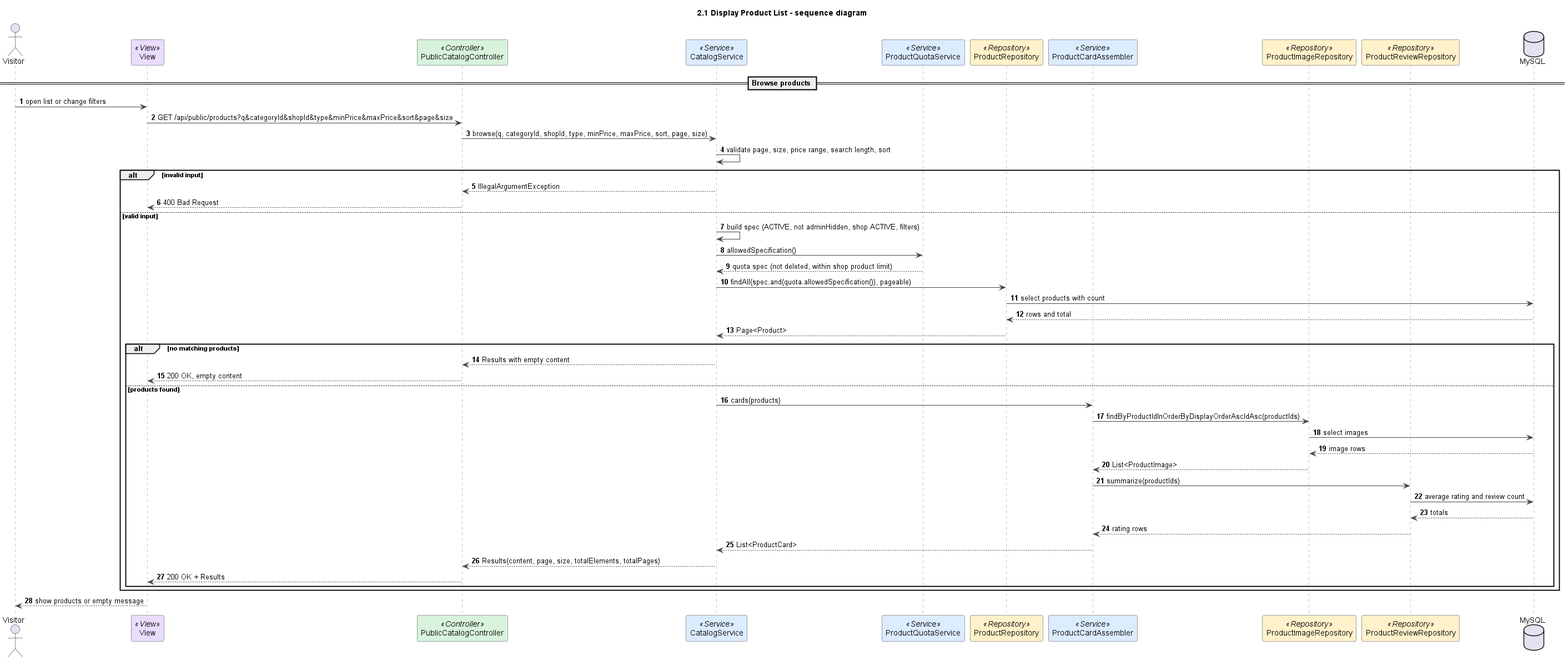
Before: docs/sds/2.1-product-list-sequence.png, a diagram exported from PlantUML (duckpao/FlowerShop_SWP391). Source of this version:
```plantuml
@startuml
title 2.1 Display Product List - sequence diagram
autonumber
skinparam shadowing false
skinparam defaultFontName Arial
skinparam wrapWidth 240
skinparam ArrowColor #444444
skinparam sequenceMessageAlign left
skinparam sequence {
  LifeLineBorderColor #888888
  ParticipantBorderColor #444444
  ParticipantBackgroundColor #FFFFFF
}

actor Visitor as U
participant "View" as V <<View>> #EADCFF
participant PublicCatalogController as C <<Controller>> #D8F3DC
participant CatalogService as S <<Service>> #DCECFF
participant ProductQuotaService as Q <<Service>> #DCECFF
participant ProductRepository as R <<Repository>> #FFF1C9
participant ProductCardAssembler as A <<Service>> #DCECFF
participant ProductImageRepository as IR <<Repository>> #FFF1C9
participant ProductReviewRepository as RR <<Repository>> #FFF1C9
database MySQL

== Browse products ==
U -> V : open list or change filters
V -> C : GET /api/public/products?q&categoryId&shopId&type&minPrice&maxPrice&sort&page&size
C -> S : browse(q, categoryId, shopId, type, minPrice, maxPrice, sort, page, size)
S -> S : validate page, size, price range, search length, sort
alt invalid input
  S --> C : IllegalArgumentException
  C --> V : 400 Bad Request
else valid input
  S -> S : build spec (ACTIVE, not adminHidden, shop ACTIVE, filters)
  S -> Q : allowedSpecification()
  Q --> S : quota spec (not deleted, within shop product limit)
  S -> R : findAll(spec.and(quota.allowedSpecification()), pageable)
  R -> MySQL : select products with count
  MySQL --> R : rows and total
  R --> S : Page<Product>
  alt no matching products
    S --> C : Results with empty content
    C --> V : 200 OK, empty content
  else products found
    S -> A : cards(products)
    A -> IR : findByProductIdInOrderByDisplayOrderAscIdAsc(productIds)
    IR -> MySQL : select images
    MySQL --> IR : image rows
    IR --> A : List<ProductImage>
    A -> RR : summarize(productIds)
    RR -> MySQL : average rating and review count
    MySQL --> RR : totals
    RR --> A : rating rows
    A --> S : List<ProductCard>
    S --> C : Results(content, page, size, totalElements, totalPages)
    C --> V : 200 OK + Results
  end
end
V --> U : show products or empty message

@enduml
```
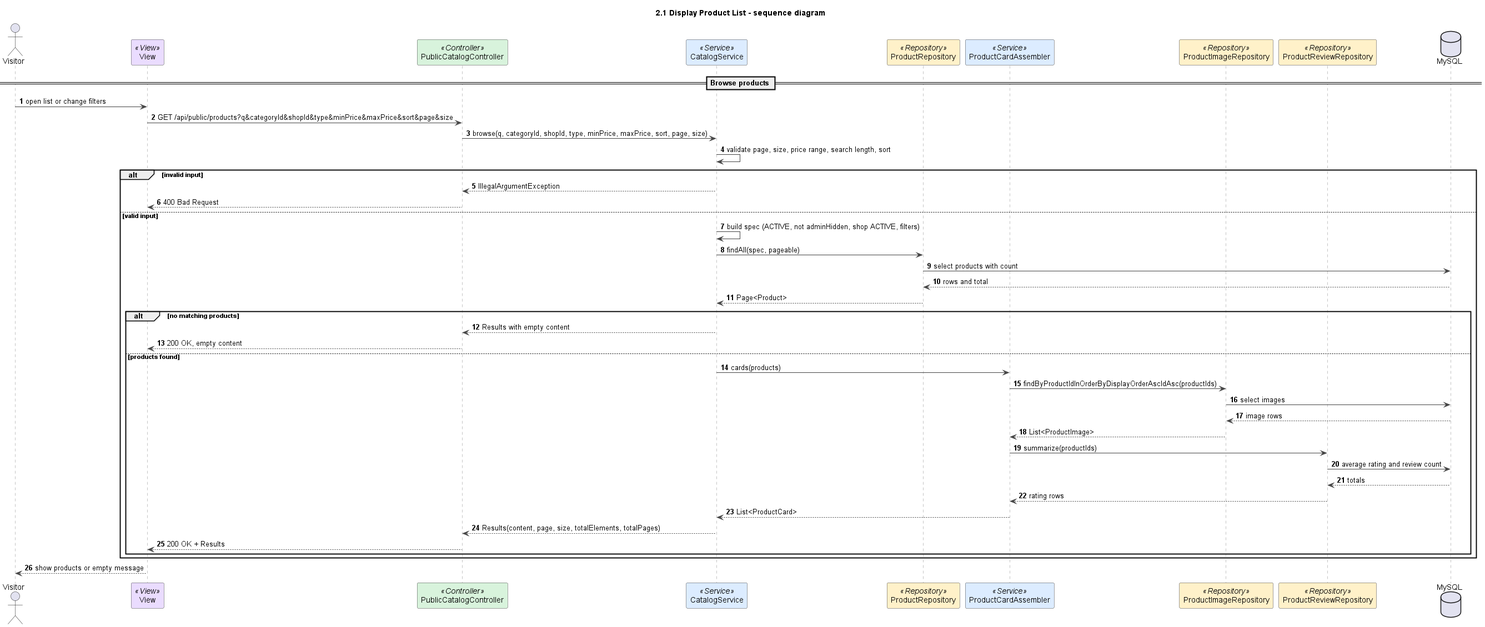
Above is the later version.

Change to the diagram source:
```diff
@@ -16,7 +16,6 @@
 participant "View" as V <<View>> #EADCFF
 participant PublicCatalogController as C <<Controller>> #D8F3DC
 participant CatalogService as S <<Service>> #DCECFF
-participant ProductQuotaService as Q <<Service>> #DCECFF
 participant ProductRepository as R <<Repository>> #FFF1C9
 participant ProductCardAssembler as A <<Service>> #DCECFF
 participant ProductImageRepository as IR <<Repository>> #FFF1C9
@@ -33,9 +32,7 @@
   C --> V : 400 Bad Request
 else valid input
   S -> S : build spec (ACTIVE, not adminHidden, shop ACTIVE, filters)
-  S -> Q : allowedSpecification()
-  Q --> S : quota spec (not deleted, within shop product limit)
-  S -> R : findAll(spec.and(quota.allowedSpecification()), pageable)
+  S -> R : findAll(spec, pageable)
   R -> MySQL : select products with count
   MySQL --> R : rows and total
   R --> S : Page<Product>
```
